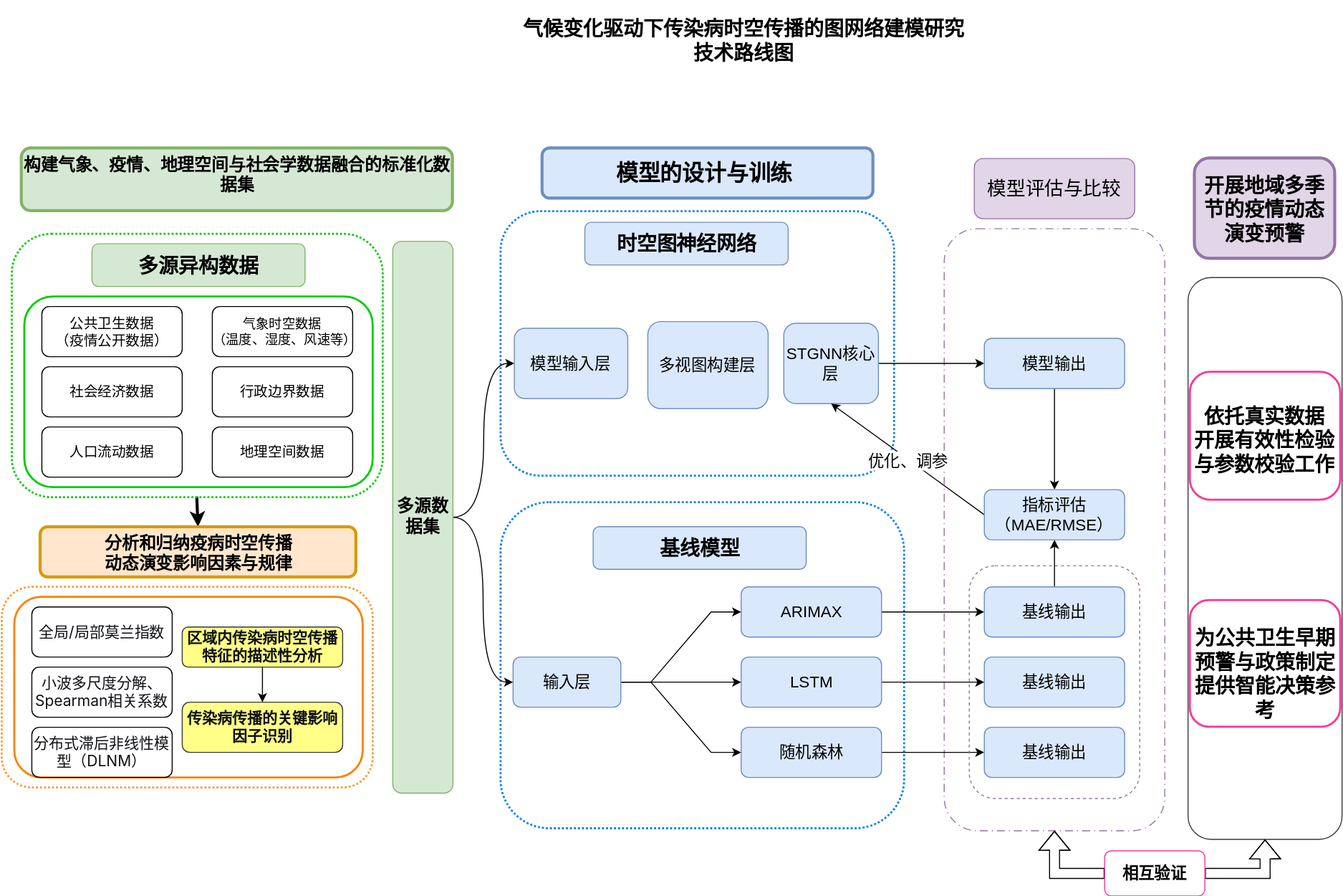
Earlier version of the draw.io export 技术路线图.drawio.svg (jyi-hub/DLEP). Source tidied: cells renumbered, new cells last; positions are measured from the earlier drawing's top-left corner, leaving out a move shared by most shapes.
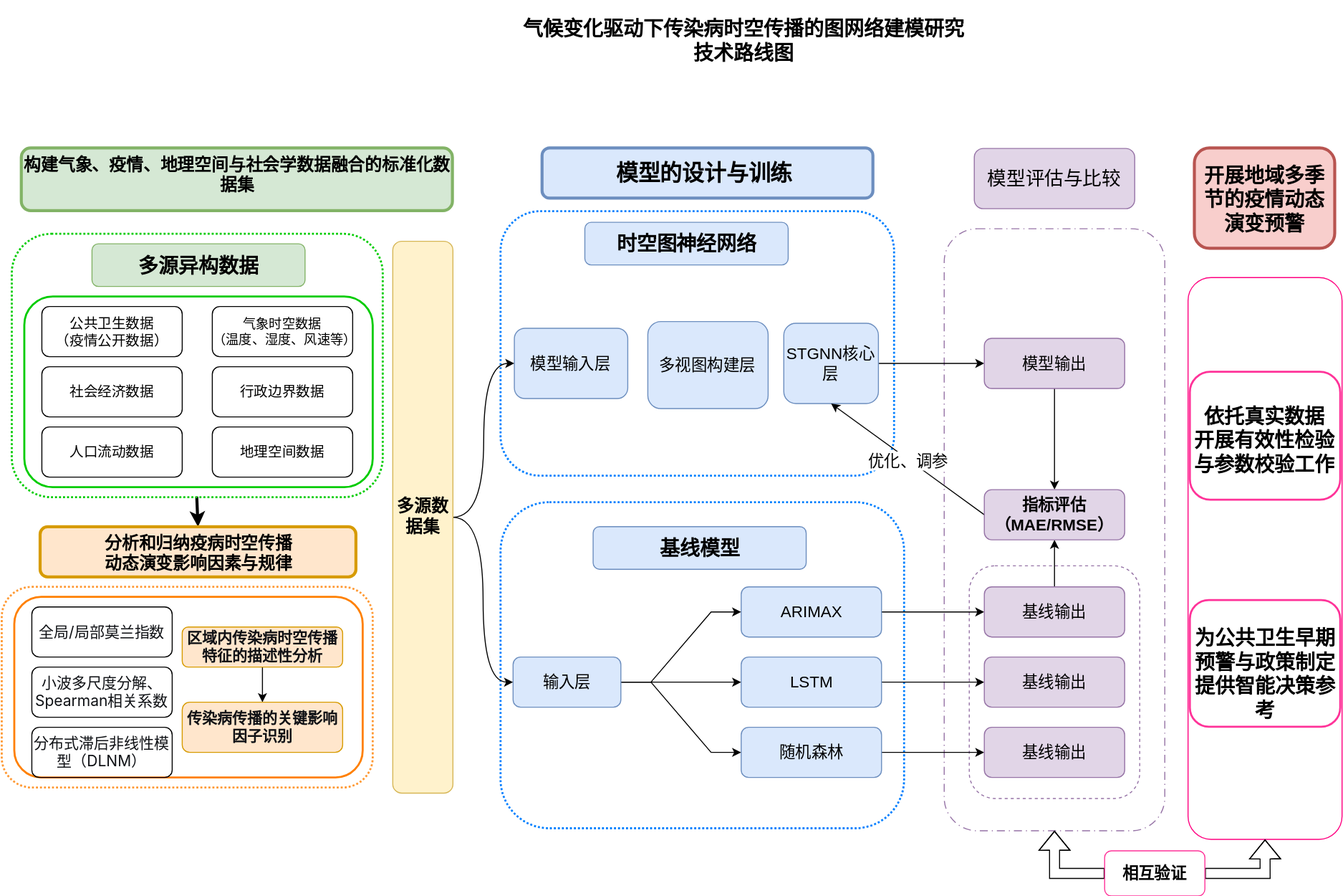
Above is the later version.

Commit message:
更新技术路线图.drawio.svg

What changed in the source:
```diff
@@ -2,6 +2,9 @@
   <root>
     <mxCell id="0" />
     <mxCell id="1" parent="0" />
+    <mxCell id="68" value="&lt;div&gt;&lt;br&gt;&lt;span&gt;&lt;/span&gt;&lt;/div&gt;" style="rounded=1;whiteSpace=wrap;html=1;fillColor=none;strokeColor=#9673a6;dashed=1;fontSize=16;" parent="1" vertex="1">
+      <mxGeometry x="965" y="563.4" width="170" height="231.9" as="geometry" />
+    </mxCell>
     <mxCell id="2" value="&lt;div&gt;&lt;br&gt;&lt;span style=&quot;font-size:10.5pt;mso-bidi-font-size:12.0pt;&amp;lt;br/&amp;gt;font-family:宋体;mso-ascii-font-family:&amp;quot;Times New Roman&amp;quot;;mso-hansi-font-family:&amp;lt;br/&amp;gt;&amp;quot;Times New Roman&amp;quot;;mso-bidi-font-family:&amp;quot;Times New Roman&amp;quot;;mso-font-kerning:1.0pt;&amp;lt;br/&amp;gt;mso-ansi-language:EN-US;mso-fareast-language:ZH-CN;mso-bidi-language:AR-SA&quot;&gt;&lt;/span&gt;&lt;/div&gt;" style="rounded=1;whiteSpace=wrap;html=1;fillColor=none;strokeColor=#9673a6;dashed=1;dashPattern=8 4 1 4;" parent="1" vertex="1">
       <mxGeometry x="940" y="227.5" width="220" height="600" as="geometry" />
     </mxCell>
@@ -26,11 +29,11 @@
     <mxCell id="9" value="&lt;font style=&quot;font-size: 17px;&quot; face=&quot;Comic Sans MS&quot;&gt;构建气象、疫情、地理空间与社会学数据融合的标准化数据集&lt;/font&gt;" style="rounded=1;whiteSpace=wrap;html=1;fillColor=#D5E8D4;strokeColor=#82B366;strokeWidth=3;fontSize=14;align=center;verticalAlign=top;fontStyle=1;" parent="1" vertex="1">
       <mxGeometry x="20" y="147.5" width="430" height="62.5" as="geometry" />
     </mxCell>
-    <mxCell id="10" style="rounded=1;whiteSpace=wrap;html=1;fillColor=none;strokeColor=#36393d;fontSize=13;align=center;rotation=90;" parent="1" vertex="1">
+    <mxCell id="10" style="rounded=1;whiteSpace=wrap;html=1;fillColor=none;strokeColor=#FF0080;fontSize=13;align=center;rotation=90;" parent="1" vertex="1">
       <mxGeometry x="980" y="479.3" width="560" height="153.6" as="geometry" />
     </mxCell>
-    <mxCell id="11" value="&lt;font style=&quot;font-size: 20px;&quot;&gt;开展地域多季节的疫情动态演变预警&lt;/font&gt;" style="rounded=1;whiteSpace=wrap;html=1;fillColor=#E1D5E7;strokeColor=#9673A6;strokeWidth=3;fontSize=14;align=center;verticalAlign=middle;fontStyle=1;" parent="1" vertex="1">
-      <mxGeometry x="1190" y="157.5" width="140" height="100" as="geometry" />
+    <mxCell id="11" value="&lt;font style=&quot;font-size: 20px;&quot;&gt;开展地域多季节的疫情动态演变预警&lt;/font&gt;" style="rounded=1;whiteSpace=wrap;html=1;fillColor=#f8cecc;strokeColor=#b85450;strokeWidth=3;fontSize=14;align=center;verticalAlign=middle;fontStyle=1;" parent="1" vertex="1">
+      <mxGeometry x="1190" y="147.5" width="140" height="100" as="geometry" />
     </mxCell>
     <mxCell id="12" value="&lt;font style=&quot;font-size: 13px;&quot;&gt;气象时空数据&lt;/font&gt;&lt;div&gt;&lt;font style=&quot;font-size: 13px;&quot;&gt;（温度、湿度、风速等）&lt;/font&gt;&lt;/div&gt;" style="rounded=1;whiteSpace=wrap;html=1;fillColor=none;" parent="1" vertex="1">
       <mxGeometry x="210" y="305" width="140" height="50" as="geometry" />
@@ -65,7 +68,7 @@
     <mxCell id="22" style="edgeStyle=orthogonalEdgeStyle;rounded=0;jettySize=auto;html=1;exitX=0.5;exitY=1;exitDx=0;exitDy=0;entryX=0.5;entryY=0;entryDx=0;entryDy=0;" parent="1" edge="1" source="23" target="26">
       <mxGeometry relative="1" as="geometry" />
     </mxCell>
-    <mxCell id="23" value="&lt;span style=&quot;color: rgb(15, 17, 21); font-family: quote-cjk-patch, Inter, system-ui, -apple-system, BlinkMacSystemFont, &amp;quot;Segoe UI&amp;quot;, Roboto, Oxygen, Ubuntu, Cantarell, &amp;quot;Open Sans&amp;quot;, &amp;quot;Helvetica Neue&amp;quot;, sans-serif; font-size: 15px;&quot;&gt;&lt;b style=&quot;&quot;&gt;区域内传染病时空传播特征的描述性分析&lt;/b&gt;&lt;/span&gt;" style="rounded=1;whiteSpace=wrap;html=1;fillColor=#ffff88;align=center;strokeColor=#36393d;" parent="1" vertex="1">
+    <mxCell id="23" value="&lt;span style=&quot;color: rgb(15, 17, 21); font-family: quote-cjk-patch, Inter, system-ui, -apple-system, BlinkMacSystemFont, &amp;quot;Segoe UI&amp;quot;, Roboto, Oxygen, Ubuntu, Cantarell, &amp;quot;Open Sans&amp;quot;, &amp;quot;Helvetica Neue&amp;quot;, sans-serif; font-size: 15px;&quot;&gt;&lt;b style=&quot;&quot;&gt;区域内传染病时空传播特征的描述性分析&lt;/b&gt;&lt;/span&gt;" style="rounded=1;whiteSpace=wrap;html=1;fillColor=#ffe6cc;align=center;strokeColor=#d79b00;" parent="1" vertex="1">
       <mxGeometry x="180" y="624.4" width="160" height="40" as="geometry" />
     </mxCell>
     <mxCell id="24" value="&lt;div&gt;&lt;span style=&quot;color: rgb(15, 17, 21); font-family: quote-cjk-patch, Inter, system-ui, -apple-system, BlinkMacSystemFont, &amp;quot;Segoe UI&amp;quot;, Roboto, Oxygen, Ubuntu, Cantarell, &amp;quot;Open Sans&amp;quot;, &amp;quot;Helvetica Neue&amp;quot;, sans-serif; font-size: 15px; text-align: start; background-color: rgb(255, 255, 255);&quot;&gt;全局/局部莫兰指数&lt;/span&gt;&lt;/div&gt;" style="rounded=1;whiteSpace=wrap;html=1;fillColor=none;" parent="1" vertex="1">
@@ -74,7 +77,7 @@
     <mxCell id="25" value="&lt;span style=&quot;color: rgb(15, 17, 21); font-family: quote-cjk-patch, Inter, system-ui, -apple-system, BlinkMacSystemFont, &amp;quot;Segoe UI&amp;quot;, Roboto, Oxygen, Ubuntu, Cantarell, &amp;quot;Open Sans&amp;quot;, &amp;quot;Helvetica Neue&amp;quot;, sans-serif; font-size: 15px; background-color: rgb(255, 255, 255);&quot;&gt;小波多尺度分解、Spearman相关系数&lt;/span&gt;" style="rounded=1;whiteSpace=wrap;html=1;fillColor=none;align=center;" parent="1" vertex="1">
       <mxGeometry x="30" y="664.4" width="140" height="50" as="geometry" />
     </mxCell>
-    <mxCell id="26" value="&lt;div style=&quot;&quot;&gt;&lt;font color=&quot;#0f1115&quot; face=&quot;quote-cjk-patch, Inter, system-ui, -apple-system, BlinkMacSystemFont, Segoe UI, Roboto, Oxygen, Ubuntu, Cantarell, Open Sans, Helvetica Neue, sans-serif&quot;&gt;&lt;span style=&quot;font-size: 15px;&quot;&gt;&lt;b style=&quot;&quot;&gt;传染病传播的关键影响因子识别&lt;/b&gt;&lt;/span&gt;&lt;/font&gt;&lt;/div&gt;" style="rounded=1;whiteSpace=wrap;html=1;fillColor=#ffff88;align=center;strokeColor=#36393d;" parent="1" vertex="1">
+    <mxCell id="26" value="&lt;div style=&quot;&quot;&gt;&lt;font color=&quot;#0f1115&quot; face=&quot;quote-cjk-patch, Inter, system-ui, -apple-system, BlinkMacSystemFont, Segoe UI, Roboto, Oxygen, Ubuntu, Cantarell, Open Sans, Helvetica Neue, sans-serif&quot;&gt;&lt;span style=&quot;font-size: 15px;&quot;&gt;&lt;b style=&quot;&quot;&gt;传染病传播的关键影响因子识别&lt;/b&gt;&lt;/span&gt;&lt;/font&gt;&lt;/div&gt;" style="rounded=1;whiteSpace=wrap;html=1;fillColor=#ffe6cc;align=center;strokeColor=#d79b00;" parent="1" vertex="1">
       <mxGeometry x="180" y="699.4" width="160" height="50" as="geometry" />
     </mxCell>
     <mxCell id="27" value="&lt;span style=&quot;color: rgb(15, 17, 21); font-family: quote-cjk-patch, Inter, system-ui, -apple-system, BlinkMacSystemFont, &amp;quot;Segoe UI&amp;quot;, Roboto, Oxygen, Ubuntu, Cantarell, &amp;quot;Open Sans&amp;quot;, &amp;quot;Helvetica Neue&amp;quot;, sans-serif; font-size: 15px; text-align: start; background-color: rgb(255, 255, 255);&quot;&gt;分布式滞后非线性模型（DLNM）&lt;/span&gt;" style="rounded=1;whiteSpace=wrap;html=1;fillColor=none;" parent="1" vertex="1">
@@ -131,7 +134,7 @@
     <mxCell id="43" style="edgeStyle=orthogonalEdgeStyle;rounded=0;jettySize=auto;html=1;exitX=0.5;exitY=1;exitDx=0;exitDy=0;fontSize=16;" parent="1" edge="1" source="44" target="64">
       <mxGeometry relative="1" as="geometry" />
     </mxCell>
-    <mxCell id="44" value="模型输出" style="rounded=1;whiteSpace=wrap;html=1;fillColor=#dae8fc;strokeColor=#6c8ebf;fontSize=16;" parent="1" vertex="1">
+    <mxCell id="44" value="模型输出" style="rounded=1;whiteSpace=wrap;html=1;fillColor=#e1d5e7;strokeColor=#9673a6;fontSize=16;" parent="1" vertex="1">
       <mxGeometry x="980" y="336.7" width="140" height="50" as="geometry" />
     </mxCell>
     <mxCell id="45" value="&lt;span&gt;&lt;b&gt;&lt;font style=&quot;font-size: 20px;&quot;&gt;基线模型&lt;/font&gt;&lt;/b&gt;&lt;/span&gt;" style="rounded=1;whiteSpace=wrap;html=1;fillColor=#dae8fc;strokeColor=#6c8ebf;fillStyle=auto;fontSize=16;" parent="1" vertex="1">
@@ -170,7 +173,7 @@
     <mxCell id="56" style="edgeStyle=orthogonalEdgeStyle;rounded=0;jettySize=auto;html=1;exitX=0.5;exitY=0;exitDx=0;exitDy=0;fontSize=16;" parent="1" edge="1" source="57" target="64">
       <mxGeometry relative="1" as="geometry" />
     </mxCell>
-    <mxCell id="57" value="基线输出" style="rounded=1;whiteSpace=wrap;html=1;fillColor=#dae8fc;strokeColor=#6c8ebf;fontSize=16;" parent="1" vertex="1">
+    <mxCell id="57" value="基线输出" style="rounded=1;whiteSpace=wrap;html=1;fillColor=#e1d5e7;strokeColor=#9673a6;fontSize=16;" parent="1" vertex="1">
       <mxGeometry x="980" y="584.4" width="140" height="50" as="geometry" />
     </mxCell>
     <mxCell id="58" value="&lt;div&gt;&lt;font style=&quot;font-size: 19px;&quot;&gt;&lt;br&gt;&lt;/font&gt;&lt;/div&gt;" style="text;html=1;whiteSpace=wrap;strokeColor=none;fillColor=none;align=center;verticalAlign=middle;rounded=0;" parent="1" vertex="1">
@@ -182,7 +185,7 @@
     <mxCell id="60" style="edgeStyle=orthogonalEdgeStyle;rounded=0;jettySize=auto;html=1;exitX=1;exitY=0.5;exitDx=0;exitDy=0;entryX=0;entryY=0.5;entryDx=0;entryDy=0;curved=1;" parent="1" edge="1" source="61" target="55">
       <mxGeometry relative="1" as="geometry" />
     </mxCell>
-    <mxCell id="61" value="&lt;font style=&quot;font-size: 17px;&quot;&gt;&lt;b&gt;多源数据集&lt;/b&gt;&lt;/font&gt;" style="rounded=1;whiteSpace=wrap;html=1;fillColor=#d5e8d4;strokeColor=#82b366;" parent="1" vertex="1">
+    <mxCell id="61" value="&lt;font style=&quot;font-size: 17px;&quot;&gt;&lt;b&gt;多源数据集&lt;/b&gt;&lt;/font&gt;" style="rounded=1;whiteSpace=wrap;html=1;fillColor=#fff2cc;strokeColor=#d6b656;gradientDirection=north;" parent="1" vertex="1">
       <mxGeometry x="390" y="240" width="60" height="550" as="geometry" />
     </mxCell>
     <mxCell id="62" style="rounded=0;jettySize=auto;html=1;exitX=0;exitY=0.5;exitDx=0;exitDy=0;entryX=0.5;entryY=1;entryDx=0;entryDy=0;fontSize=16;" parent="1" edge="1" source="64" target="42">
@@ -191,20 +194,17 @@
     <mxCell id="63" value="&lt;font&gt;优化、调参&lt;/font&gt;" style="edgeLabel;html=1;align=center;verticalAlign=middle;fontSize=16;" parent="62" vertex="1">
       <mxGeometry y="1" relative="1" as="geometry" />
     </mxCell>
-    <mxCell id="64" value="指标评估&lt;div&gt;（MAE/RMSE）&lt;/div&gt;" style="rounded=1;whiteSpace=wrap;html=1;fillColor=#dae8fc;strokeColor=#6c8ebf;fontSize=16;" parent="1" vertex="1">
+    <mxCell id="64" value="指标评估&lt;div&gt;（MAE/RMSE）&lt;/div&gt;" style="rounded=1;whiteSpace=wrap;html=1;fillColor=#e1d5e7;strokeColor=#9673a6;fontSize=16;fontStyle=1;" parent="1" vertex="1">
       <mxGeometry x="980" y="487.5" width="140" height="50" as="geometry" />
     </mxCell>
     <mxCell id="65" value="&lt;font style=&quot;font-size: 19px;&quot;&gt;模型评估与比较&lt;/font&gt;" style="rounded=1;whiteSpace=wrap;html=1;fillColor=#e1d5e7;strokeColor=#9673a6;" parent="1" vertex="1">
-      <mxGeometry x="970" y="157.5" width="160" height="60" as="geometry" />
+      <mxGeometry x="970" y="147.5" width="160" height="60" as="geometry" />
     </mxCell>
-    <mxCell id="66" value="基线输出" style="rounded=1;whiteSpace=wrap;html=1;fillColor=#dae8fc;strokeColor=#6c8ebf;fontSize=16;" parent="1" vertex="1">
+    <mxCell id="66" value="基线输出" style="rounded=1;whiteSpace=wrap;html=1;fillColor=#e1d5e7;strokeColor=#9673a6;fontSize=16;" parent="1" vertex="1">
       <mxGeometry x="980" y="654.4" width="140" height="50" as="geometry" />
     </mxCell>
-    <mxCell id="67" value="基线输出" style="rounded=1;whiteSpace=wrap;html=1;fillColor=#dae8fc;strokeColor=#6c8ebf;fontSize=16;" parent="1" vertex="1">
+    <mxCell id="67" value="基线输出" style="rounded=1;whiteSpace=wrap;html=1;fillColor=#e1d5e7;strokeColor=#9673a6;fontSize=16;" parent="1" vertex="1">
       <mxGeometry x="980" y="724.4" width="140" height="50" as="geometry" />
     </mxCell>
-    <mxCell id="68" value="&lt;div&gt;&lt;br&gt;&lt;span&gt;&lt;/span&gt;&lt;/div&gt;" style="rounded=1;whiteSpace=wrap;html=1;fillColor=none;strokeColor=#9673a6;dashed=1;fontSize=16;" parent="1" vertex="1">
-      <mxGeometry x="965" y="563.4" width="170" height="231.9" as="geometry" />
-    </mxCell>
   </root>
 </mxGraphModel>
```
